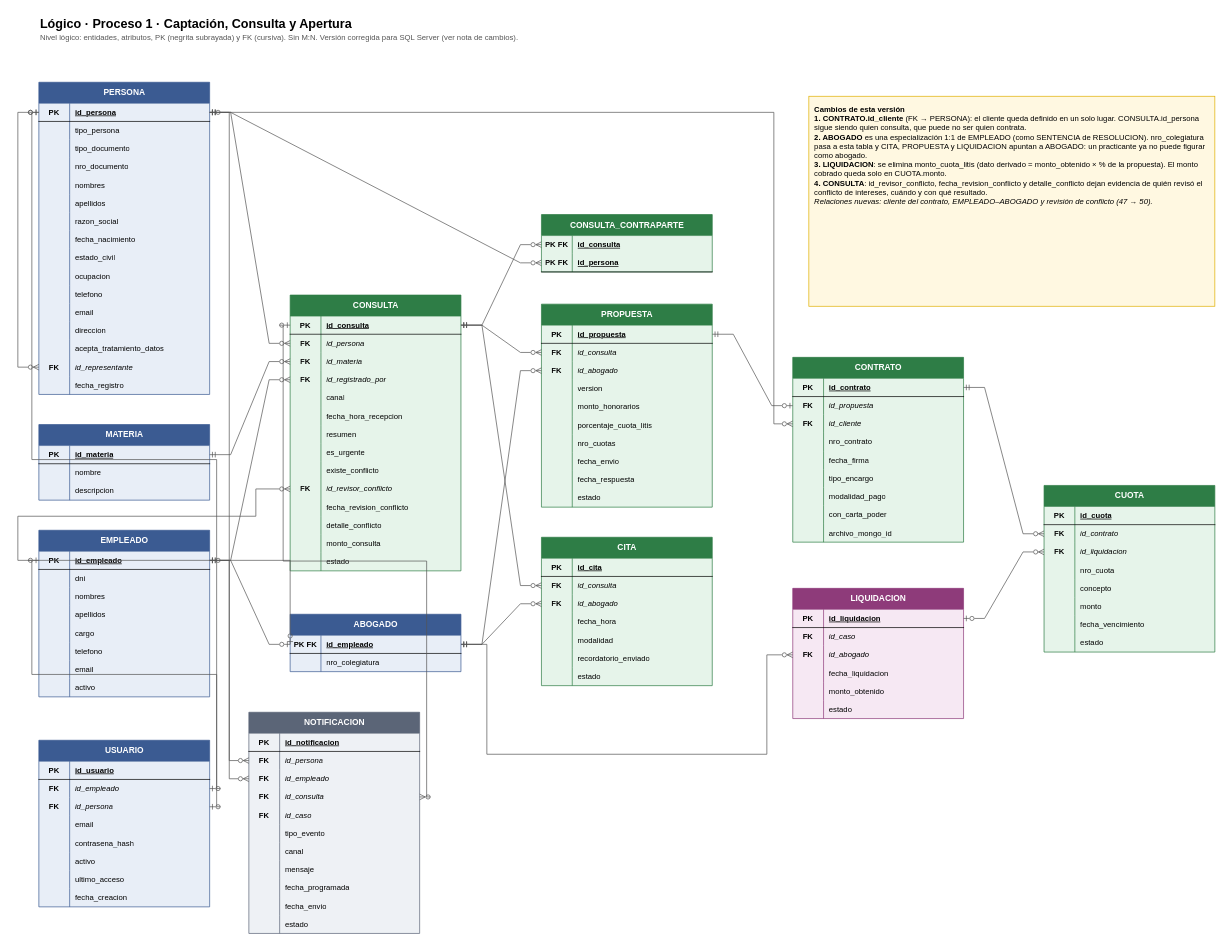
Earlier version of the draw.io diagram page "Lógico · Proceso 1 · Captación, Consulta y Apertura" (2 of 4) of 3_DER/2_Logico_CrowsFoot_SQLServer_v36 CON NOTA.drawio (alexandra585/Proyecto_Estudio_Juridico). Source tidied: cells renumbered, new cells numbered last; positions are measured from the earlier drawing's top-left corner, leaving out a move shared by most shapes. Both pictures are drawn from the tidied source at 70%, with x=0, y=0 at pixel (18, 12).
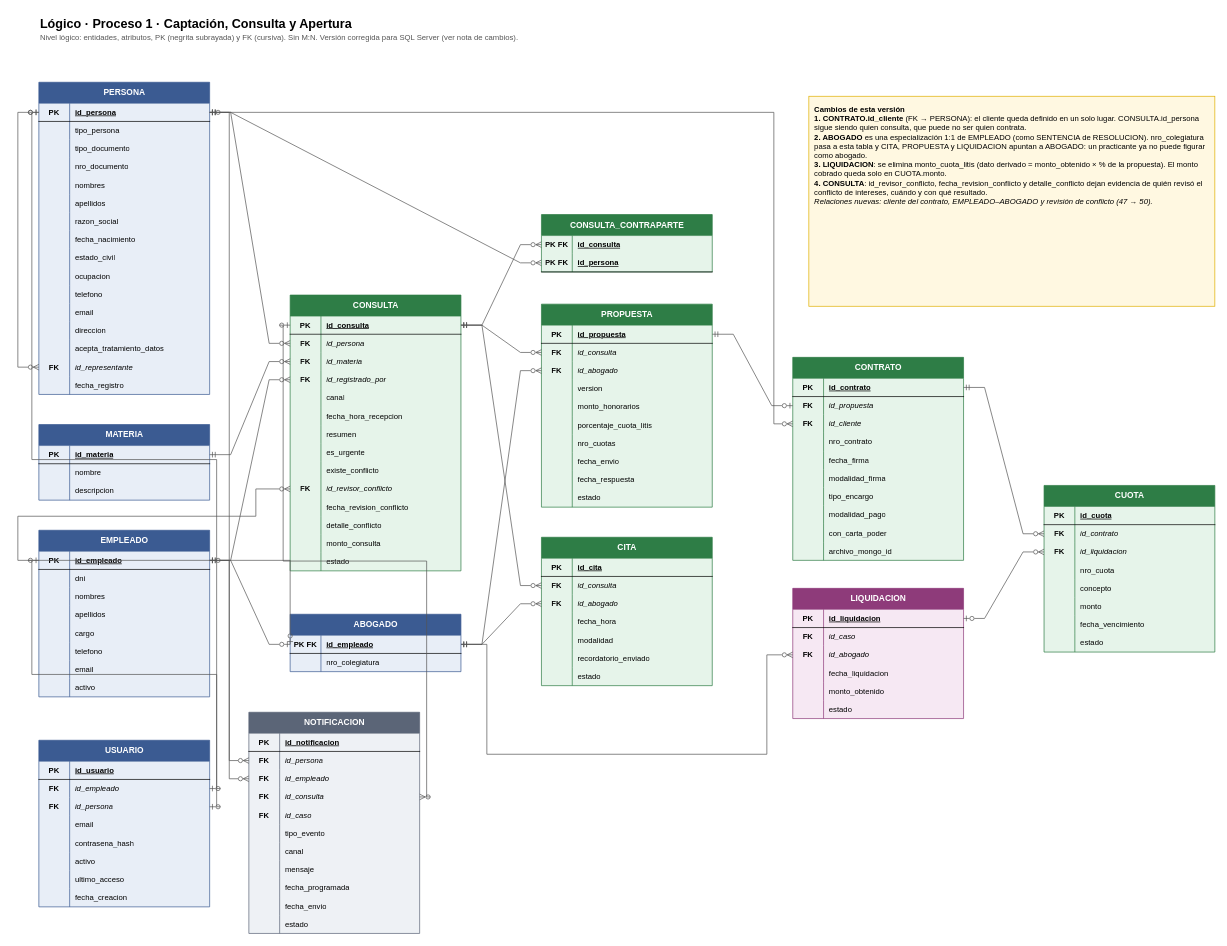
After the change.

Diff of the diagram source:
```diff
@@
     <mxCell id="190" value="CONTRATO" style="shape=table;startSize=30;childLayout=tableLayout;rowLines=0;fontStyle=1;align=center;html=1;fillColor=#2E7D46;fontColor=#FFFFFF;strokeColor=#2E7D46;swimlaneFillColor=#E6F4EA;fontSize=12;" parent="1" vertex="1">
-      <mxGeometry x="1107" y="493" width="244" height="264" as="geometry" />
+      <mxGeometry x="1107" y="493" width="244" height="290" as="geometry" />
     </mxCell>
@@
+    <mxCell id="351" style="shape=tableRow;horizontal=0;startSize=0;swimlaneHead=0;swimlaneBody=0;fillColor=none;top=0;left=0;right=0;bottom=0;" parent="190" vertex="1">
+      <mxGeometry y="160" width="244" height="26" as="geometry" />
+    </mxCell>
+    <mxCell id="352" style="shape=partialRectangle;fillColor=none;top=0;left=0;bottom=0;right=0;overflow=hidden;whiteSpace=wrap;html=1;fontSize=11;fontStyle=1;align=center;" parent="351" vertex="1">
+      <mxGeometry width="44" height="26" as="geometry" />
+    </mxCell>
+    <mxCell id="353" value="modalidad_firma" style="shape=partialRectangle;fillColor=none;top=0;left=0;bottom=0;right=0;overflow=hidden;whiteSpace=wrap;html=1;fontSize=11;align=left;spacingLeft=6;fontStyle=0;" parent="351" vertex="1">
+      <mxGeometry x="44" width="200" height="26" as="geometry" />
+    </mxCell>
     <mxCell id="206" style="shape=tableRow;horizontal=0;startSize=0;swimlaneHead=0;swimlaneBody=0;fillColor=none;top=0;left=0;right=0;bottom=0;" parent="190" vertex="1">
-      <mxGeometry y="160" width="244" height="26" as="geometry" />
+      <mxGeometry y="186" width="244" height="26" as="geometry" />
     </mxCell>
@@
     <mxCell id="209" style="shape=tableRow;horizontal=0;startSize=0;swimlaneHead=0;swimlaneBody=0;fillColor=none;top=0;left=0;right=0;bottom=0;" parent="190" vertex="1">
-      <mxGeometry y="186" width="244" height="26" as="geometry" />
+      <mxGeometry y="212" width="244" height="26" as="geometry" />
     </mxCell>
@@
     <mxCell id="212" style="shape=tableRow;horizontal=0;startSize=0;swimlaneHead=0;swimlaneBody=0;fillColor=none;top=0;left=0;right=0;bottom=0;" parent="190" vertex="1">
-      <mxGeometry y="212" width="244" height="26" as="geometry" />
+      <mxGeometry y="238" width="244" height="26" as="geometry" />
     </mxCell>
@@
     <mxCell id="215" style="shape=tableRow;horizontal=0;startSize=0;swimlaneHead=0;swimlaneBody=0;fillColor=none;top=0;left=0;right=0;bottom=0;" parent="190" vertex="1">
-      <mxGeometry y="238" width="244" height="26" as="geometry" />
+      <mxGeometry y="264" width="244" height="26" as="geometry" />
     </mxCell>
```
